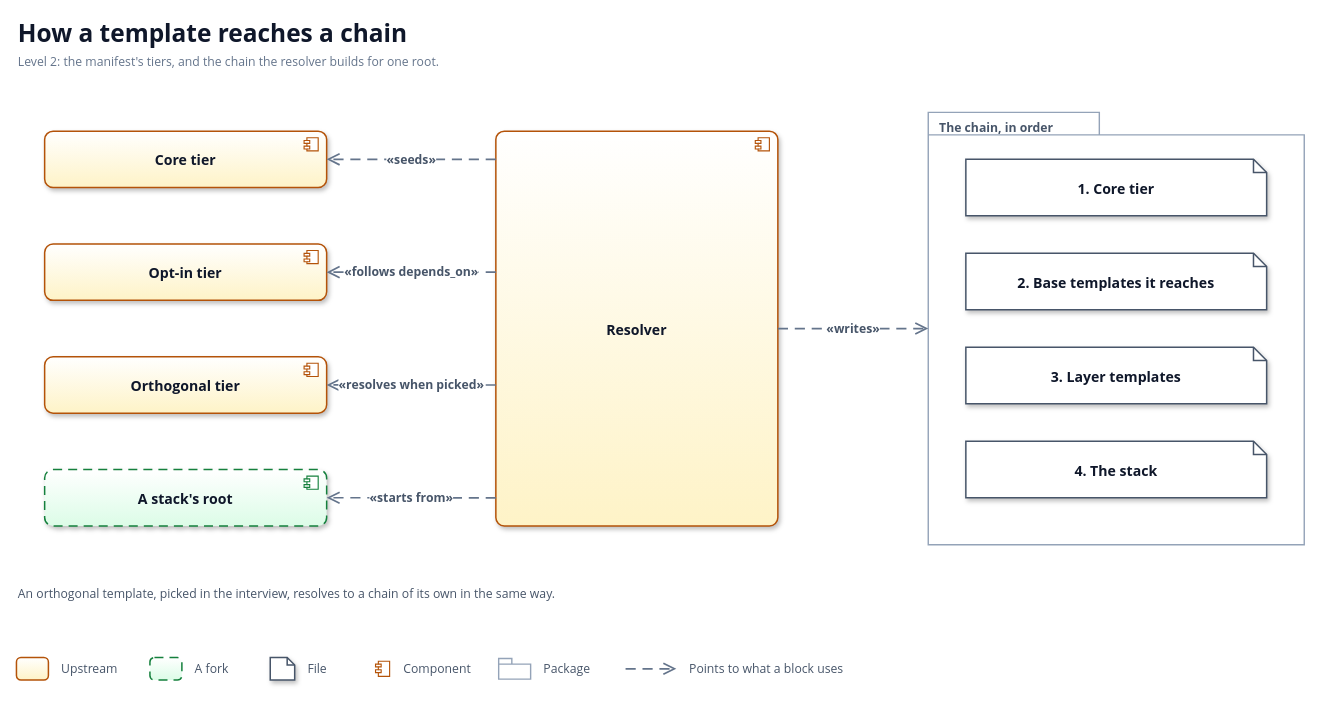
This is docs/diagrams/building-blocks-manifest.drawio from solid-ai-dev/solid-ai-templates, a draw.io file, before an edit. Source tidied: cells renumbered, new cells numbered last; positions are measured from the earlier drawing's top-left corner, leaving out a move shared by most shapes. Both pictures are drawn from the tidied source at 94%, with x=0, y=0 at pixel (16, 16).
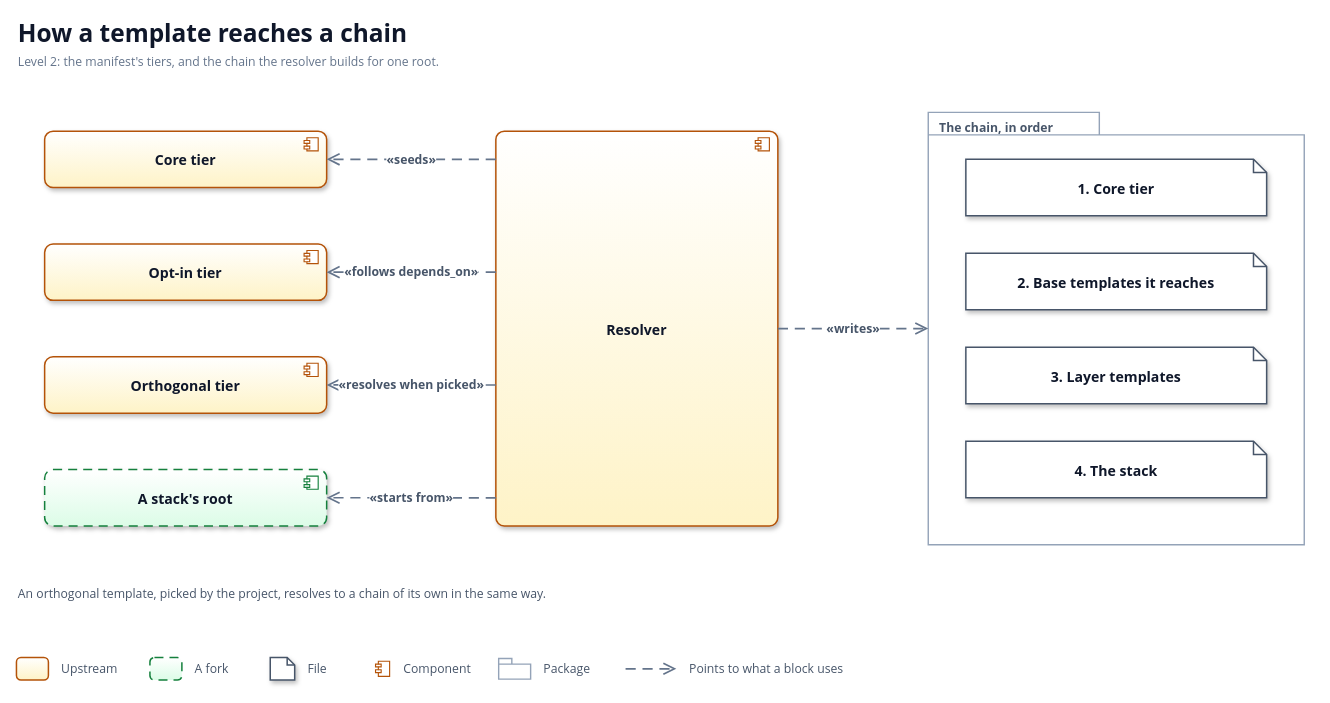
The same page after the edit.

What changed in the source:
```diff
@@
-    <mxCell id="24" value="An orthogonal template, picked in the interview, resolves to a chain of its own in the same way." style="text;html=1;whiteSpace=wrap;strokeColor=none;fillColor=none;align=left;verticalAlign=middle;fontFamily=Segoe UI;fontSize=13;fontColor=#475569;" parent="1" vertex="1">
+    <mxCell id="24" value="An orthogonal template, picked by the project, resolves to a chain of its own in the same way." style="text;html=1;whiteSpace=wrap;strokeColor=none;fillColor=none;align=left;verticalAlign=middle;fontFamily=Segoe UI;fontSize=13;fontColor=#475569;" parent="1" vertex="1">
       <mxGeometry y="602" width="1380" height="24" as="geometry" />
     </mxCell>
```
